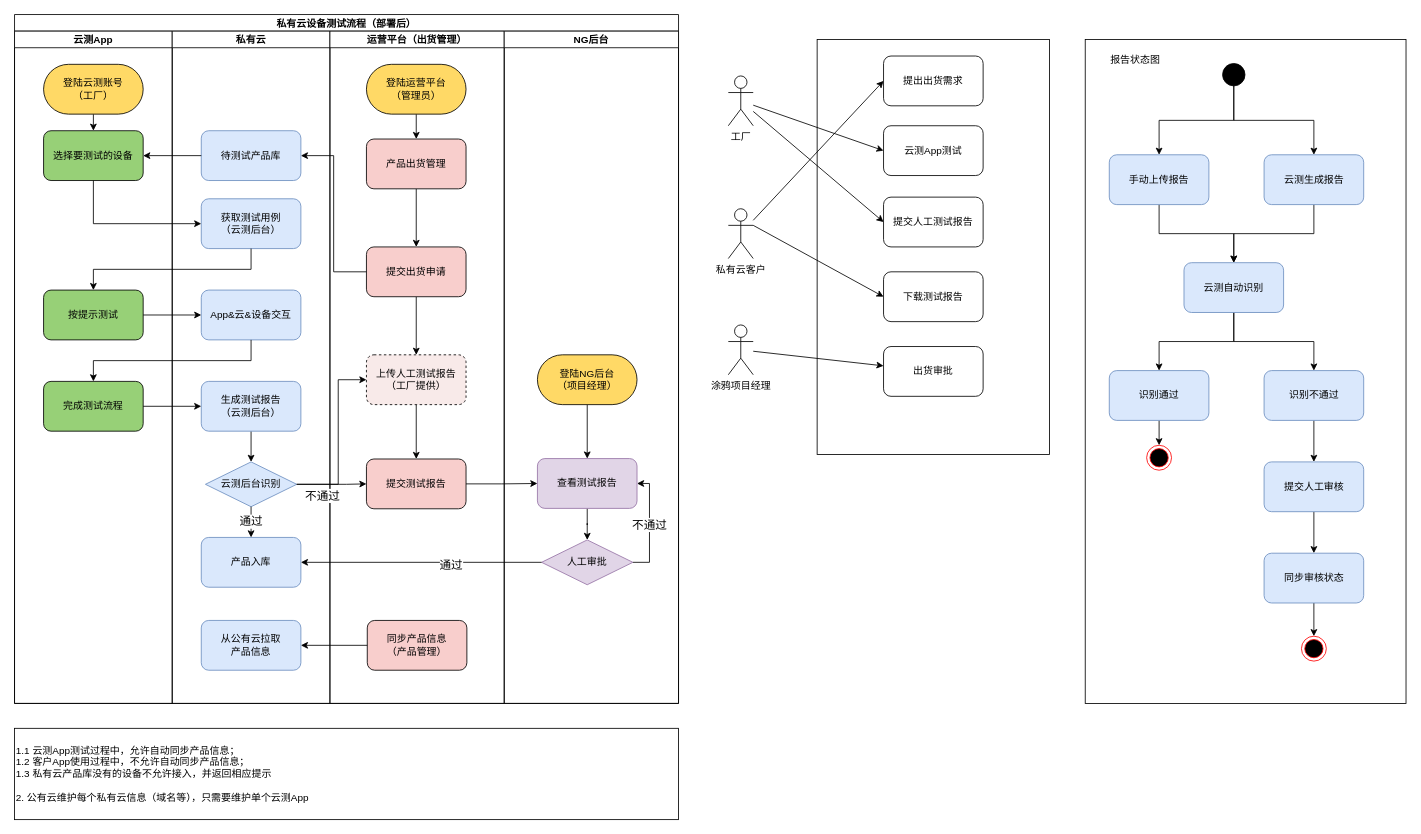
Above: page "出货流程" (4 of 5) of Cube_workflow.drawio in Sidamor/drawio (draw.io), before the change. Source tidied: cells renumbered, new cells numbered last; positions are measured from the earlier drawing's top-left corner, leaving out a move shared by most shapes. Both pictures are drawn from the tidied source at 83%, with x=0, y=0 at pixel (14, 14).
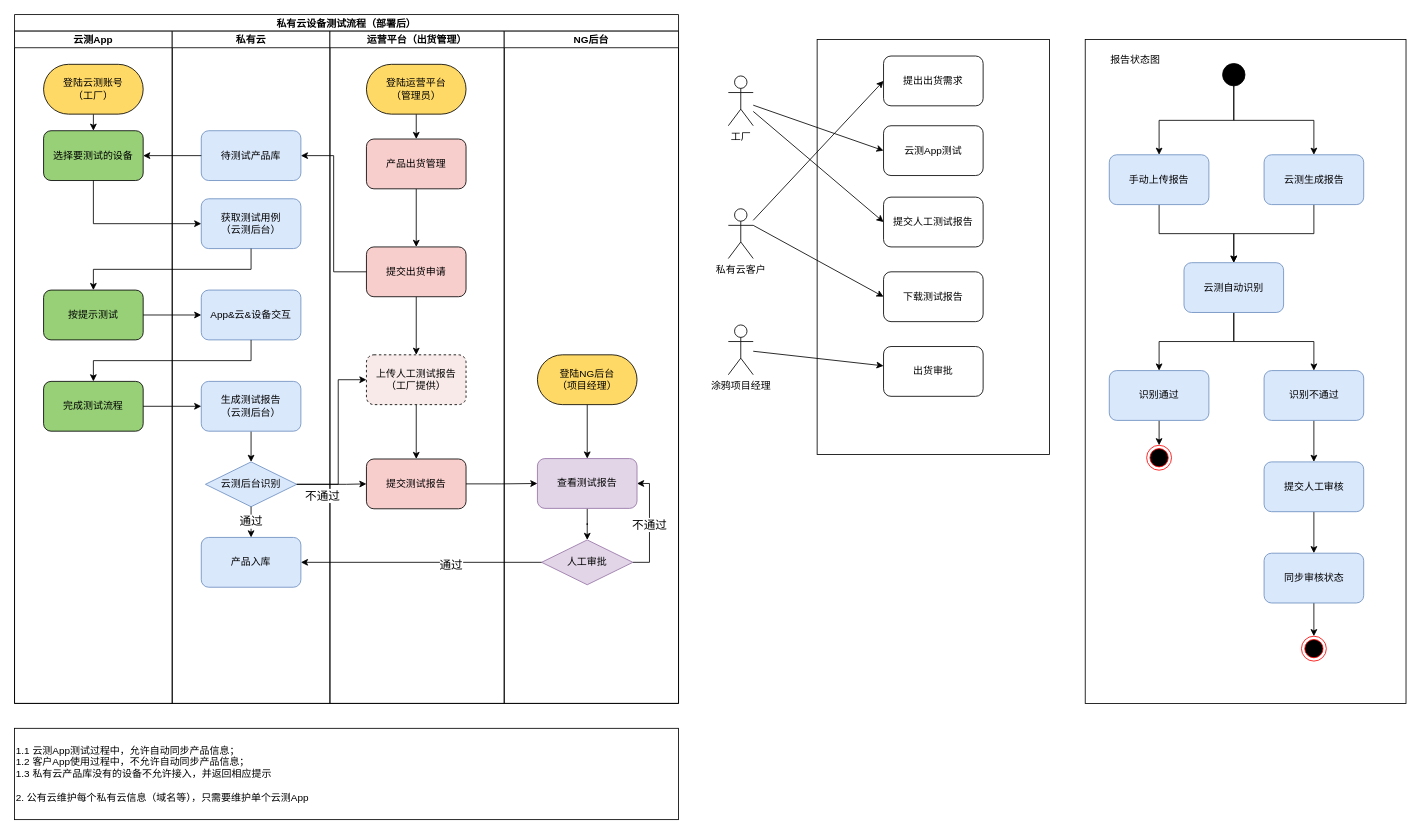
Above is the later version.

Unchanged cells that the change refers to:
```xml
<mxCell id="18" value="私有云设备测试流程（部署后）" style="swimlane;startSize=20;" parent="1" vertex="1">
  <mxGeometry width="800" height="830" as="geometry" />
</mxCell>
<mxCell id="25" value="私有云" style="swimlane;startSize=20;" parent="18" vertex="1">
  <mxGeometry x="190" y="20" width="190" height="810" as="geometry" />
</mxCell>
<mxCell id="35" value="运营平台（出货管理）" style="swimlane;startSize=20;" parent="18" vertex="1">
  <mxGeometry x="380" y="20" width="210" height="810" as="geometry" />
</mxCell>
```

Diff of the diagram source:
```diff
@@
-    <mxCell id="34" value="从公有云拉取&lt;br&gt;产品信息" style="rounded=1;whiteSpace=wrap;html=1;fillColor=#dae8fc;strokeColor=#6c8ebf;" parent="25" vertex="1">
-      <mxGeometry x="35" y="710" width="120" height="60" as="geometry" />
-    </mxCell>
@@
-    <mxCell id="43" value="同步产品信息&lt;br&gt;（产品管理）" style="rounded=1;whiteSpace=wrap;html=1;fillColor=#F8CECC;" parent="35" vertex="1">
-      <mxGeometry x="45" y="710" width="120" height="60" as="geometry" />
-    </mxCell>
@@
-    <mxCell id="66" style="edgeStyle=orthogonalEdgeStyle;rounded=0;jettySize=auto;html=1;exitX=0;exitY=0.5;exitDx=0;exitDy=0;entryX=1;entryY=0.5;entryDx=0;entryDy=0;" parent="18" edge="1" source="43" target="34">
-      <mxGeometry relative="1" as="geometry" />
-    </mxCell>
```
